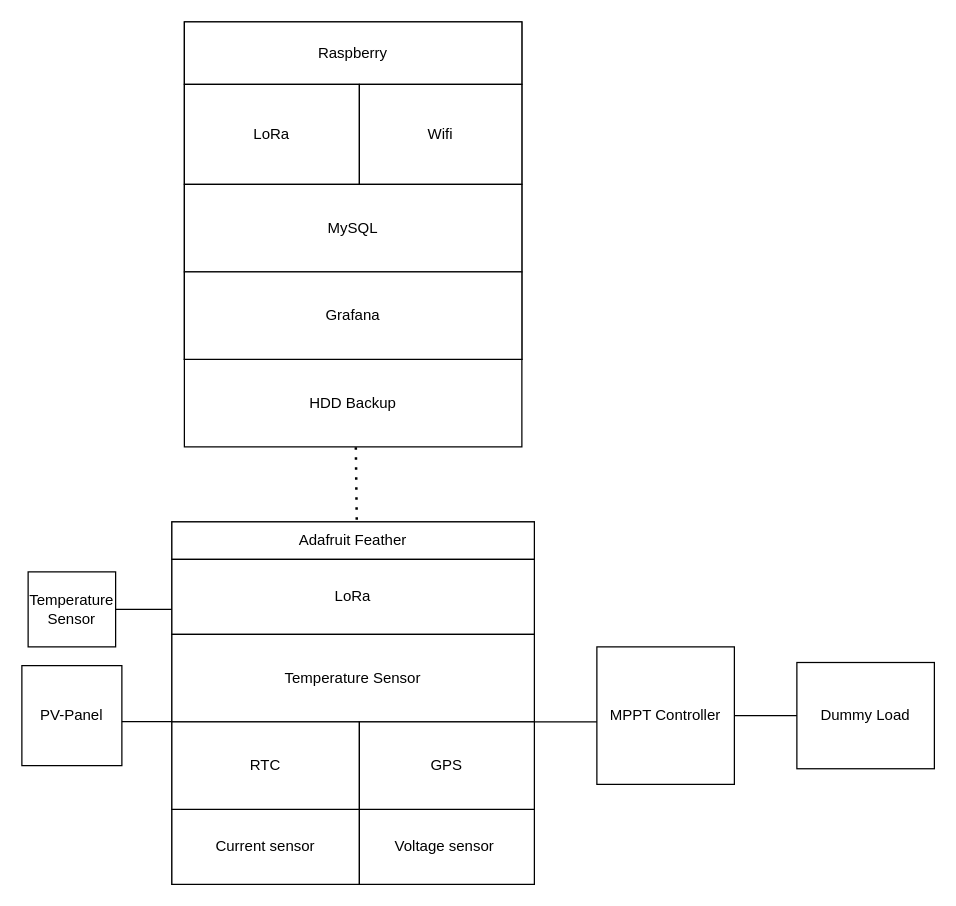
Above: doc/resources/PV_test_station.drawio in PSenfft/pv_test_station (draw.io), before the change. Source tidied: cells renumbered, new cells numbered last; positions are measured from the earlier drawing's top-left corner, leaving out a move shared by most shapes. Both pictures are drawn from the tidied source at 125%, with x=0, y=0 at pixel (21, 21).
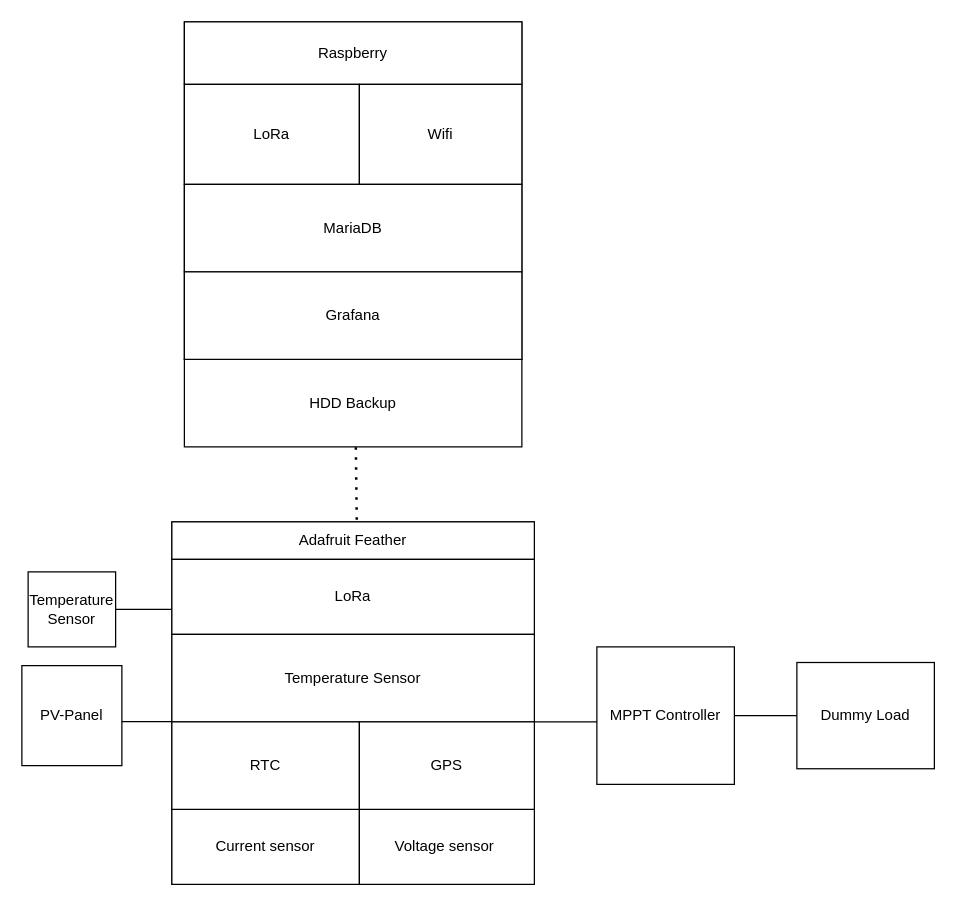
The same page after the edit.

What changed in the source:
```diff
@@
-    <mxCell id="16" value="MySQL" style="rounded=0;whiteSpace=wrap;html=1;" parent="1" vertex="1">
+    <mxCell id="16" value="MariaDB" style="rounded=0;whiteSpace=wrap;html=1;" parent="1" vertex="1">
       <mxGeometry x="130" y="130" width="270" height="70" as="geometry" />
     </mxCell>
```
